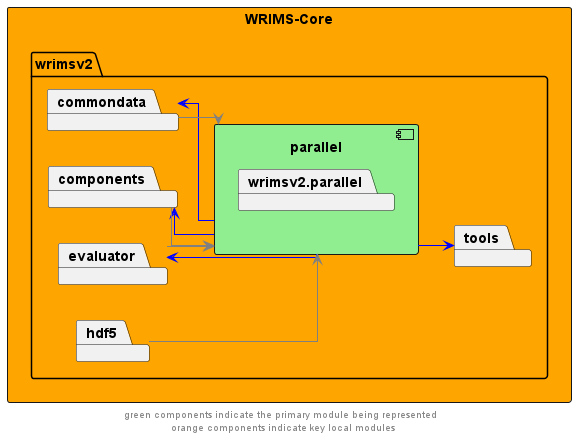
The PlantUML diagram docs/diagrams/wrims-core/wrims-core_parallel.png in CentralValleyModeling/wrims, before a commit. Its diagram source:
```plantuml
@startuml
left to right direction
skinparam linetype ortho

rectangle wrims_core as "WRIMS-Core" #orange {
        package wrimsv2{
            package parallel {
                component parallel #lightgreen {
                    package wrimsv2.parallel
                }
            }
        package commondata
        package components
        package evaluator
        package tools

        package hdf5

    }
}

parallel -->  evaluator #blue
evaluator --> parallel #grey
parallel -->  commondata #blue
commondata --> parallel #grey
parallel -->  components #blue
components --> parallel #grey

hdf5 --> parallel #grey
parallel -->  tools #blue


footer "green components indicate the primary module being represented \n orange components indicate key local modules"
@enduml
```
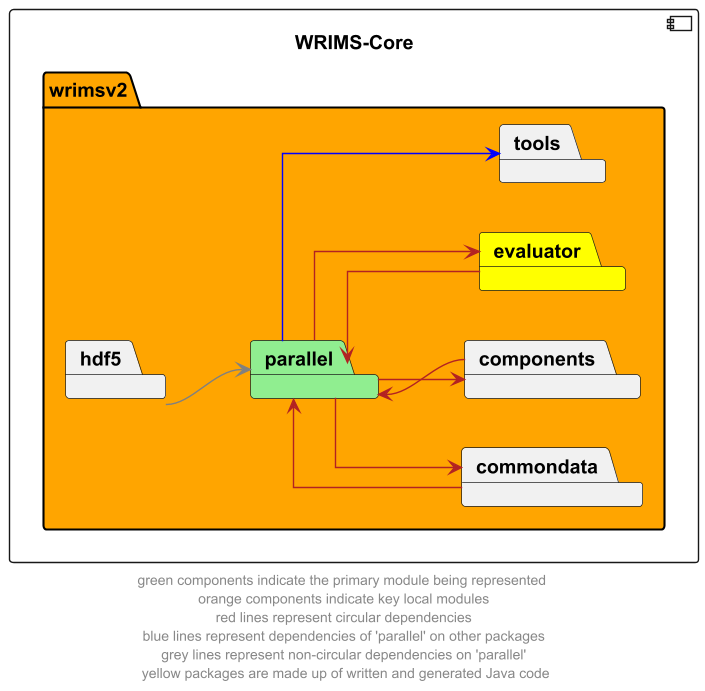
Above is the later version.

What changed in the source:
```diff
@@ -2,33 +2,27 @@
 left to right direction
 skinparam linetype ortho
 
-rectangle wrims_core as "WRIMS-Core" #orange {
-        package wrimsv2{
-            package parallel {
-                component parallel #lightgreen {
-                    package wrimsv2.parallel
-                }
-            }
+component wrims_core as "WRIMS-Core" {
+    package wrimsv2 #orange {
+        package parallel #lightgreen
         package commondata
         package components
-        package evaluator
+        package evaluator #yellow
         package tools
-
         package hdf5
-
     }
 }
 
-parallel -->  evaluator #blue
-evaluator --> parallel #grey
-parallel -->  commondata #blue
-commondata --> parallel #grey
-parallel -->  components #blue
-components --> parallel #grey
+parallel -->  evaluator #firebrick
+evaluator --> parallel #firebrick
+parallel -->  commondata #firebrick
+commondata --> parallel #firebrick
+parallel -->  components #firebrick
+components --> parallel #firebrick
 
 hdf5 --> parallel #grey
 parallel -->  tools #blue
 
 
-footer "green components indicate the primary module being represented \n orange components indicate key local modules"
+footer "green components indicate the primary module being represented \n orange components indicate key local modules \n red lines represent circular dependencies \n blue lines represent dependencies of 'parallel' on other packages \n grey lines represent non-circular dependencies on 'parallel' \n yellow packages are made up of written and generated Java code"
 @enduml
```
